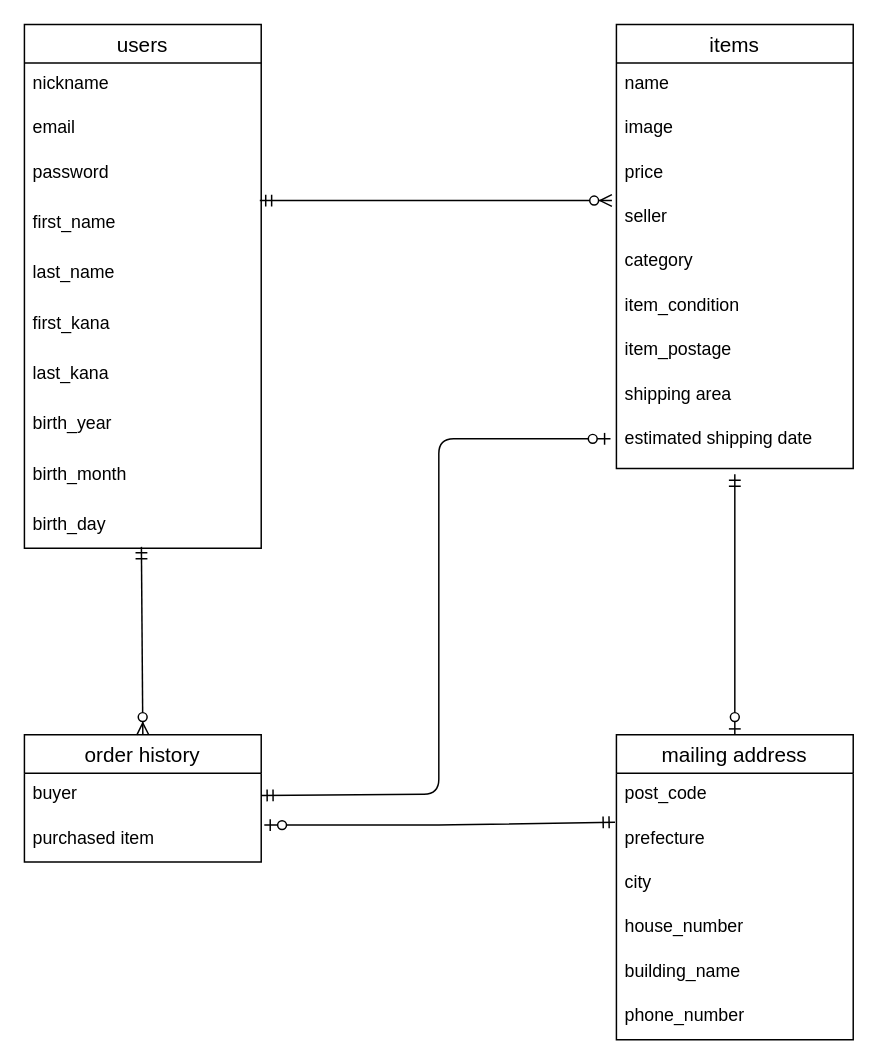
roadrunnerair/furima-35908 keeps this draw.io diagram as test.dio. Above is the earlier version. Source tidied: cells renumbered, new cells numbered last; positions are measured from the earlier drawing's top-left corner, leaving out a move shared by most shapes. Both pictures are drawn from the tidied source at 148%, with x=0, y=0 at pixel (24, 24).
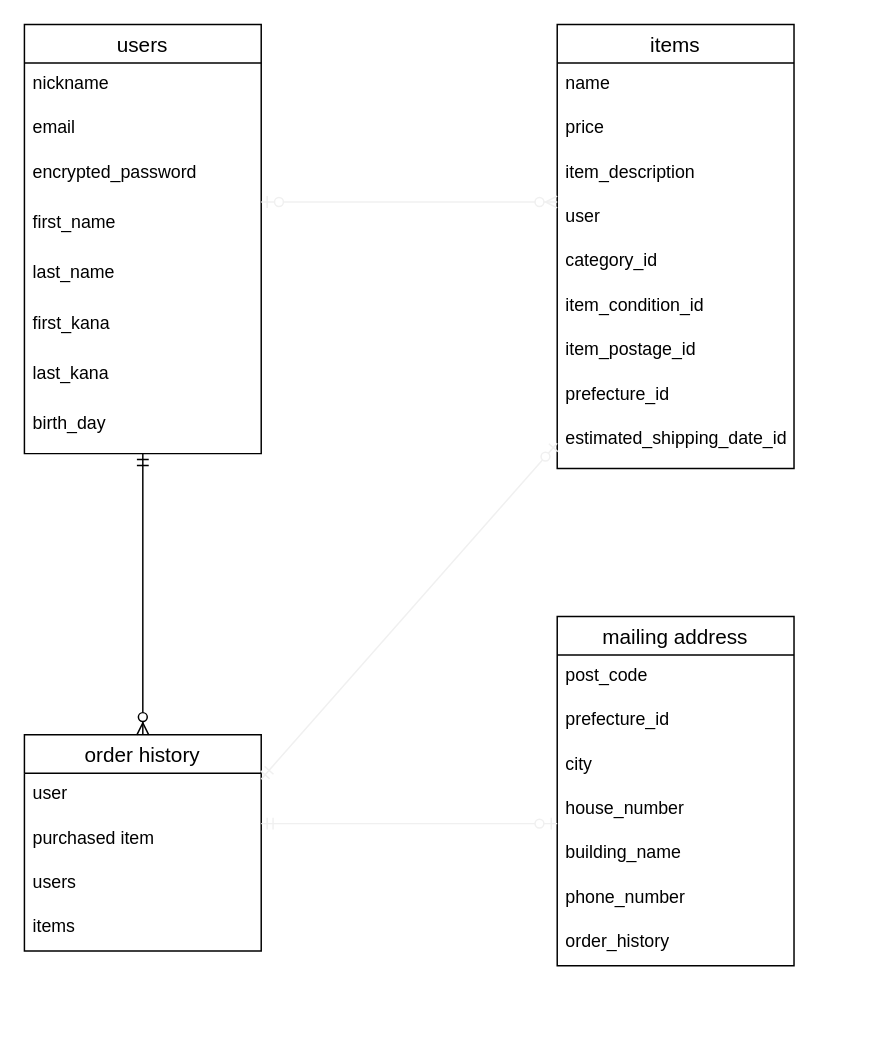
Above is the later version.

Commit message (it also covers changes not shown here):
データベース設計 2

The change refers to these unchanged cells:
```xml
<mxCell id="16" value="first_name" style="text;strokeColor=none;fillColor=none;spacingLeft=4;spacingRight=4;overflow=hidden;points=[[0,0.5],[1,0.5]];portConstraint=eastwest;fontSize=12;" parent="12" vertex="1">
  <mxGeometry y="120" width="160" height="34" as="geometry" />
</mxCell>
<mxCell id="25" value="purchased item" style="text;strokeColor=none;fillColor=none;spacingLeft=4;spacingRight=4;overflow=hidden;points=[[0,0.5],[1,0.5]];portConstraint=eastwest;fontSize=12;" parent="23" vertex="1">
  <mxGeometry y="56" width="160" height="30" as="geometry" />
</mxCell>
```

The edit, as a diff of the source:
```diff
@@
     <mxCell id="2" value="items" style="swimlane;fontStyle=0;horizontal=1;startSize=26;align=center;fontSize=14;" parent="1" vertex="1">
-      <mxGeometry x="400" width="160" height="300" as="geometry" />
+      <mxGeometry x="360" width="160" height="300" as="geometry" />
     </mxCell>
@@
-    <mxCell id="4" value="image" style="text;strokeColor=none;fillColor=none;spacingLeft=4;spacingRight=4;overflow=hidden;fontSize=12;" parent="2" vertex="1">
+    <mxCell id="4" value="price" style="text;strokeColor=none;fillColor=none;spacingLeft=4;spacingRight=4;overflow=hidden;fontSize=12;" parent="2" vertex="1">
       <mxGeometry y="56" width="160" height="30" as="geometry" />
     </mxCell>
-    <mxCell id="5" value="price" style="text;strokeColor=none;fillColor=none;spacingLeft=4;spacingRight=4;overflow=hidden;fontSize=12;" parent="2" vertex="1">
+    <mxCell id="5" value="item_description" style="text;strokeColor=none;fillColor=none;spacingLeft=4;spacingRight=4;overflow=hidden;fontSize=12;" parent="2" vertex="1">
       <mxGeometry y="86" width="160" height="30" as="geometry" />
     </mxCell>
-    <mxCell id="6" value="seller" style="text;strokeColor=none;fillColor=none;spacingLeft=4;spacingRight=4;overflow=hidden;points=[[0,0.5],[1,0.5]];portConstraint=eastwest;fontSize=12;" parent="2" vertex="1">
+    <mxCell id="6" value="user" style="text;strokeColor=none;fillColor=none;spacingLeft=4;spacingRight=4;overflow=hidden;points=[[0,0.5],[1,0.5]];portConstraint=eastwest;fontSize=12;" parent="2" vertex="1">
       <mxGeometry y="116" width="160" height="30" as="geometry" />
     </mxCell>
-    <mxCell id="7" value="category" style="text;strokeColor=none;fillColor=none;spacingLeft=4;spacingRight=4;overflow=hidden;fontSize=12;" parent="2" vertex="1">
+    <mxCell id="7" value="category_id" style="text;strokeColor=none;fillColor=none;spacingLeft=4;spacingRight=4;overflow=hidden;fontSize=12;" parent="2" vertex="1">
       <mxGeometry y="146" width="160" height="30" as="geometry" />
     </mxCell>
-    <mxCell id="8" value="item_condition" style="text;strokeColor=none;fillColor=none;spacingLeft=4;spacingRight=4;overflow=hidden;fontSize=12;" parent="2" vertex="1">
+    <mxCell id="8" value="item_condition_id" style="text;strokeColor=none;fillColor=none;spacingLeft=4;spacingRight=4;overflow=hidden;fontSize=12;" parent="2" vertex="1">
       <mxGeometry y="176" width="160" height="30" as="geometry" />
     </mxCell>
-    <mxCell id="9" value="item_postage" style="text;strokeColor=none;fillColor=none;spacingLeft=4;spacingRight=4;overflow=hidden;fontSize=12;" parent="2" vertex="1">
+    <mxCell id="9" value="item_postage_id" style="text;strokeColor=none;fillColor=none;spacingLeft=4;spacingRight=4;overflow=hidden;fontSize=12;" parent="2" vertex="1">
       <mxGeometry y="206" width="160" height="30" as="geometry" />
     </mxCell>
-    <mxCell id="10" value="shipping area" style="text;strokeColor=none;fillColor=none;spacingLeft=4;spacingRight=4;overflow=hidden;fontSize=12;" parent="2" vertex="1">
+    <mxCell id="10" value="prefecture_id" style="text;strokeColor=none;fillColor=none;spacingLeft=4;spacingRight=4;overflow=hidden;fontSize=12;" parent="2" vertex="1">
       <mxGeometry y="236" width="160" height="30" as="geometry" />
     </mxCell>
-    <mxCell id="11" value="estimated shipping date" style="text;strokeColor=none;fillColor=none;spacingLeft=4;spacingRight=4;overflow=hidden;points=[[0,0.5],[1,0.5]];portConstraint=eastwest;fontSize=12;" parent="2" vertex="1">
+    <mxCell id="11" value="estimated_shipping_date_id" style="text;strokeColor=none;fillColor=none;spacingLeft=4;spacingRight=4;overflow=hidden;points=[[0,0.5],[1,0.5]];portConstraint=eastwest;fontSize=12;" parent="2" vertex="1">
       <mxGeometry y="266" width="160" height="34" as="geometry" />
     </mxCell>
     <mxCell id="12" value="users" style="swimlane;fontStyle=0;horizontal=1;startSize=26;align=center;fontSize=14;" parent="1" vertex="1">
-      <mxGeometry width="160" height="354" as="geometry" />
+      <mxGeometry width="160" height="290" as="geometry" />
     </mxCell>
@@
-    <mxCell id="15" value="password" style="text;strokeColor=none;fillColor=none;spacingLeft=4;spacingRight=4;overflow=hidden;fontSize=12;" parent="12" vertex="1">
+    <mxCell id="15" value="encrypted_password" style="text;strokeColor=none;fillColor=none;spacingLeft=4;spacingRight=4;overflow=hidden;fontSize=12;" parent="12" vertex="1">
       <mxGeometry y="86" width="160" height="34" as="geometry" />
     </mxCell>
@@
-    <mxCell id="20" value="birth_year" style="text;strokeColor=none;fillColor=none;spacingLeft=4;spacingRight=4;overflow=hidden;fontSize=12;" parent="12" vertex="1">
+    <mxCell id="20" value="birth_day" style="text;strokeColor=none;fillColor=none;spacingLeft=4;spacingRight=4;overflow=hidden;fontSize=12;" parent="12" vertex="1">
       <mxGeometry y="256" width="160" height="34" as="geometry" />
     </mxCell>
-    <mxCell id="21" value="birth_month" style="text;strokeColor=none;fillColor=none;spacingLeft=4;spacingRight=4;overflow=hidden;fontSize=12;" parent="12" vertex="1">
-      <mxGeometry y="290" width="160" height="34" as="geometry" />
-    </mxCell>
-    <mxCell id="22" value="birth_day" style="text;strokeColor=none;fillColor=none;spacingLeft=4;spacingRight=4;overflow=hidden;points=[[0,0.5],[1,0.5]];portConstraint=eastwest;fontSize=12;" parent="12" vertex="1">
-      <mxGeometry y="324" width="160" height="30" as="geometry" />
-    </mxCell>
     <mxCell id="23" value="order history" style="swimlane;fontStyle=0;horizontal=1;startSize=26;align=center;fontSize=14;" parent="1" vertex="1">
-      <mxGeometry y="480" width="160" height="86" as="geometry" />
+      <mxGeometry y="480" width="160" height="146" as="geometry" />
     </mxCell>
-    <mxCell id="24" value="buyer" style="text;strokeColor=none;fillColor=none;spacingLeft=4;spacingRight=4;overflow=hidden;points=[[0,0.5],[1,0.5]];portConstraint=eastwest;fontSize=12;" parent="23" vertex="1">
-      <mxGeometry y="26" width="160" height="30" as="geometry" />
-    </mxCell>
+    <mxCell id="39" value="user" style="text;strokeColor=none;fillColor=none;spacingLeft=4;spacingRight=4;overflow=hidden;fontSize=12;" parent="23" vertex="1">
+      <mxGeometry y="26" width="160" height="30" as="geometry" />
+    </mxCell>
@@
+    <mxCell id="40" value="users" style="text;strokeColor=none;fillColor=none;spacingLeft=4;spacingRight=4;overflow=hidden;fontSize=12;" parent="23" vertex="1">
+      <mxGeometry y="86" width="160" height="30" as="geometry" />
+    </mxCell>
+    <mxCell id="41" value="items" style="text;strokeColor=none;fillColor=none;spacingLeft=4;spacingRight=4;overflow=hidden;fontSize=12;" parent="23" vertex="1">
+      <mxGeometry y="116" width="160" height="30" as="geometry" />
+    </mxCell>
@@
     <mxCell id="27" value="mailing address" style="swimlane;fontStyle=0;horizontal=1;startSize=26;align=center;fontSize=14;" parent="1" vertex="1">
-      <mxGeometry x="400" y="480" width="160" height="206" as="geometry" />
+      <mxGeometry x="360" y="400" width="160" height="236" as="geometry" />
     </mxCell>
@@
-    <mxCell id="29" value="prefecture" style="text;strokeColor=none;fillColor=none;spacingLeft=4;spacingRight=4;overflow=hidden;points=[[0,0.5],[1,0.5]];portConstraint=eastwest;fontSize=12;" parent="27" vertex="1">
+    <mxCell id="29" value="prefecture_id" style="text;strokeColor=none;fillColor=none;spacingLeft=4;spacingRight=4;overflow=hidden;points=[[0,0.5],[1,0.5]];portConstraint=eastwest;fontSize=12;" parent="27" vertex="1">
       <mxGeometry y="56" width="160" height="30" as="geometry" />
     </mxCell>
@@
+    <mxCell id="42" value="phone_number" style="text;strokeColor=none;fillColor=none;spacingLeft=4;spacingRight=4;overflow=hidden;fontSize=12;" parent="27" vertex="1">
+      <mxGeometry y="176" width="160" height="30" as="geometry" />
+    </mxCell>
-    <mxCell id="33" value="phone_number" style="text;strokeColor=none;fillColor=none;spacingLeft=4;spacingRight=4;overflow=hidden;fontSize=12;" parent="27" vertex="1">
-      <mxGeometry y="176" width="160" height="30" as="geometry" />
+    <mxCell id="33" value="order_history" style="text;strokeColor=none;fillColor=none;spacingLeft=4;spacingRight=4;overflow=hidden;fontSize=12;" parent="27" vertex="1">
+      <mxGeometry y="206" width="160" height="30" as="geometry" />
     </mxCell>
-    <mxCell id="34" style="fontSize=12;html=1;endArrow=ERzeroToOne;startArrow=ERmandOne;targetPerimeterSpacing=0;elbow=vertical;exitX=1;exitY=0.5;exitDx=0;exitDy=0;" parent="1" edge="1" source="24">
-      <mxGeometry relative="1" as="geometry">
-        <mxPoint x="396" y="280" as="targetPoint" />
-        <Array as="points">
-          <mxPoint x="280" y="520" />
-          <mxPoint x="280" y="280" />
-        </Array>
-      </mxGeometry>
-    </mxCell>
-    <mxCell id="35" style="edgeStyle=entityRelationEdgeStyle;fontSize=12;html=1;endArrow=ERzeroToMany;startArrow=ERmandOne;targetPerimeterSpacing=0;exitX=0.994;exitY=-0.029;exitDx=0;exitDy=0;exitPerimeter=0;entryX=-0.019;entryY=0.1;entryDx=0;entryDy=0;entryPerimeter=0;" parent="1" edge="1" source="16" target="6">
-      <mxGeometry relative="1" as="geometry" />
-    </mxCell>
-    <mxCell id="36" style="fontSize=12;html=1;endArrow=ERzeroToMany;startArrow=ERmandOne;targetPerimeterSpacing=0;rounded=1;exitX=0.494;exitY=0.967;exitDx=0;exitDy=0;exitPerimeter=0;entryX=0.5;entryY=0;entryDx=0;entryDy=0;" parent="1" edge="1" source="22" target="23">
-      <mxGeometry relative="1" as="geometry" />
+    <mxCell id="36" style="fontSize=12;html=1;endArrow=ERzeroToMany;startArrow=ERmandOne;targetPerimeterSpacing=0;rounded=1;entryX=0.5;entryY=0;entryDx=0;entryDy=0;" parent="1" edge="1" target="23">
+      <mxGeometry relative="1" as="geometry">
+        <mxPoint x="80" y="290" as="sourcePoint" />
+        <Array as="points">
+          <mxPoint x="80" y="290" />
+        </Array>
+      </mxGeometry>
     </mxCell>
-    <mxCell id="37" style="fontSize=12;html=1;endArrow=ERzeroToOne;startArrow=ERmandOne;targetPerimeterSpacing=0;elbow=vertical;exitX=0.5;exitY=1.118;exitDx=0;exitDy=0;exitPerimeter=0;" parent="1" edge="1" source="11">
-      <mxGeometry relative="1" as="geometry">
-        <mxPoint x="480" y="480" as="targetPoint" />
-      </mxGeometry>
-    </mxCell>
-    <mxCell id="38" style="fontSize=12;html=1;endArrow=ERzeroToOne;startArrow=ERmandOne;targetPerimeterSpacing=0;elbow=vertical;entryX=1.013;entryY=0.167;entryDx=0;entryDy=0;exitX=-0.006;exitY=0.1;exitDx=0;exitDy=0;exitPerimeter=0;entryPerimeter=0;" parent="1" edge="1" source="29" target="25">
-      <mxGeometry relative="1" as="geometry">
-        <Array as="points">
-          <mxPoint x="280" y="541" />
-          <mxPoint x="230" y="541" />
-        </Array>
-      </mxGeometry>
-    </mxCell>
+    <mxCell id="43" style="fontSize=12;html=1;endArrow=ERzeroToMany;startArrow=ERzeroToOne;targetPerimeterSpacing=0;strokeColor=#f0f0f0;exitX=1.005;exitY=0.836;exitDx=0;exitDy=0;exitPerimeter=0;entryX=0;entryY=0.133;entryDx=0;entryDy=0;entryPerimeter=0;" parent="1" edge="1" target="6">
+      <mxGeometry relative="1" as="geometry">
+        <mxPoint x="160" y="120" as="sourcePoint" />
+      </mxGeometry>
+    </mxCell>
+    <mxCell id="44" style="fontSize=12;html=1;endArrow=ERzeroToOne;startArrow=ERmandOne;targetPerimeterSpacing=0;strokeColor=#f0f0f0;" parent="1" edge="1">
+      <mxGeometry relative="1" as="geometry">
+        <mxPoint x="160" y="540" as="sourcePoint" />
+        <mxPoint x="360" y="540" as="targetPoint" />
+        <Array as="points">
+          <mxPoint x="357" y="540" />
+        </Array>
+      </mxGeometry>
+    </mxCell>
+    <mxCell id="45" style="fontSize=12;html=1;endArrow=ERzeroToOne;startArrow=ERmandOne;targetPerimeterSpacing=0;strokeColor=#f0f0f0;entryX=0;entryY=0.5;entryDx=0;entryDy=0;" parent="1" edge="1" target="11">
+      <mxGeometry relative="1" as="geometry">
+        <mxPoint x="160" y="510" as="sourcePoint" />
+      </mxGeometry>
+    </mxCell>
```
